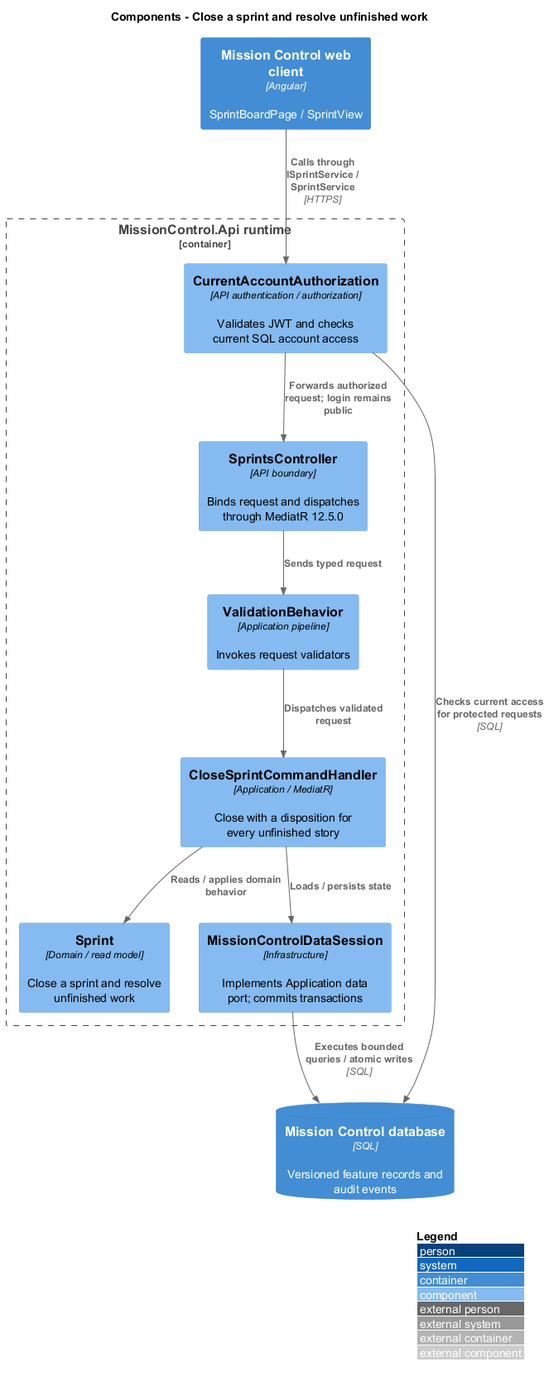
The PlantUML diagram docs/detailed-designs/scrum/close-sprint/diagrams/c4-component.png in QuinntyneBrown/mission-control, before a commit.
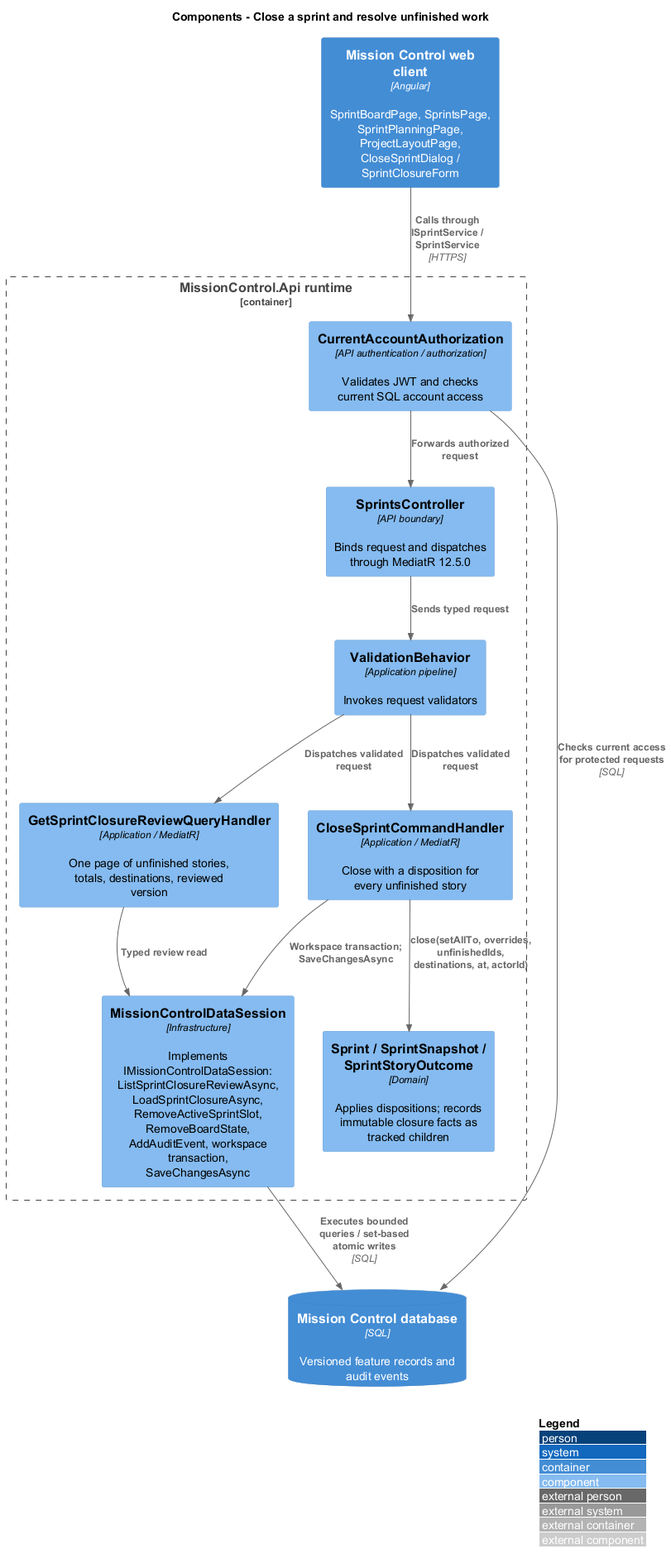
After the change.

Diff of the diagram source:
```diff
@@ -2,22 +2,25 @@
 !include <C4/C4_Component>
 LAYOUT_WITH_LEGEND()
 title Components - Close a sprint and resolve unfinished work
-Container(web, "Mission Control web client", "Angular", "SprintBoardPage / SprintView")
+Container(web, "Mission Control web client", "Angular", "SprintBoardPage, SprintsPage, SprintPlanningPage, ProjectLayoutPage, CloseSprintDialog / SprintClosureForm")
 ContainerDb(db, "Mission Control database", "SQL", "Versioned feature records and audit events")
 Container_Boundary(api, "MissionControl.Api runtime") {
   Component(ctrl, "SprintsController", "API boundary", "Binds request and dispatches through MediatR 12.5.0")
   Component(access, "CurrentAccountAuthorization", "API authentication / authorization", "Validates JWT and checks current SQL account access")
   Component(validation, "ValidationBehavior", "Application pipeline", "Invokes request validators")
-  Component(entity, "Sprint", "Domain / read model", "Close a sprint and resolve unfinished work")
-  Component(store, "MissionControlDataSession", "Infrastructure", "Implements Application data port; commits transactions")
+  Component(entity, "Sprint / SprintSnapshot / SprintStoryOutcome", "Domain", "Applies dispositions; records immutable closure facts as tracked children")
+  Component(store, "MissionControlDataSession", "Infrastructure", "Implements IMissionControlDataSession: ListSprintClosureReviewAsync, LoadSprintClosureAsync, RemoveActiveSprintSlot, RemoveBoardState, AddAuditEvent, workspace transaction, SaveChangesAsync")
 Rel(web, access, "Calls through ISprintService / SprintService", "HTTPS")
 Rel(access, db, "Checks current access for protected requests", "SQL")
-Rel(access, ctrl, "Forwards authorized request; login remains public")
+Rel(access, ctrl, "Forwards authorized request")
 Rel(ctrl, validation, "Sends typed request")
-Component(h0, "CloseSprintCommandHandler", "Application / MediatR", "Close with a disposition for every unfinished story")
+Component(h0, "GetSprintClosureReviewQueryHandler", "Application / MediatR", "One page of unfinished stories, totals, destinations, reviewed version")
 Rel(validation, h0, "Dispatches validated request")
-Rel(h0, entity, "Reads / applies domain behavior")
-Rel(h0, store, "Loads / persists state")
+Rel(h0, store, "Typed review read")
+Component(h1, "CloseSprintCommandHandler", "Application / MediatR", "Close with a disposition for every unfinished story")
+Rel(validation, h1, "Dispatches validated request")
+Rel(h1, entity, "close(setAllTo, overrides, unfinishedIds, destinations, at, actorId)")
+Rel(h1, store, "Workspace transaction; SaveChangesAsync")
 }
-Rel(store, db, "Executes bounded queries / atomic writes", "SQL")
+Rel(store, db, "Executes bounded queries / set-based atomic writes", "SQL")
 @enduml
```
